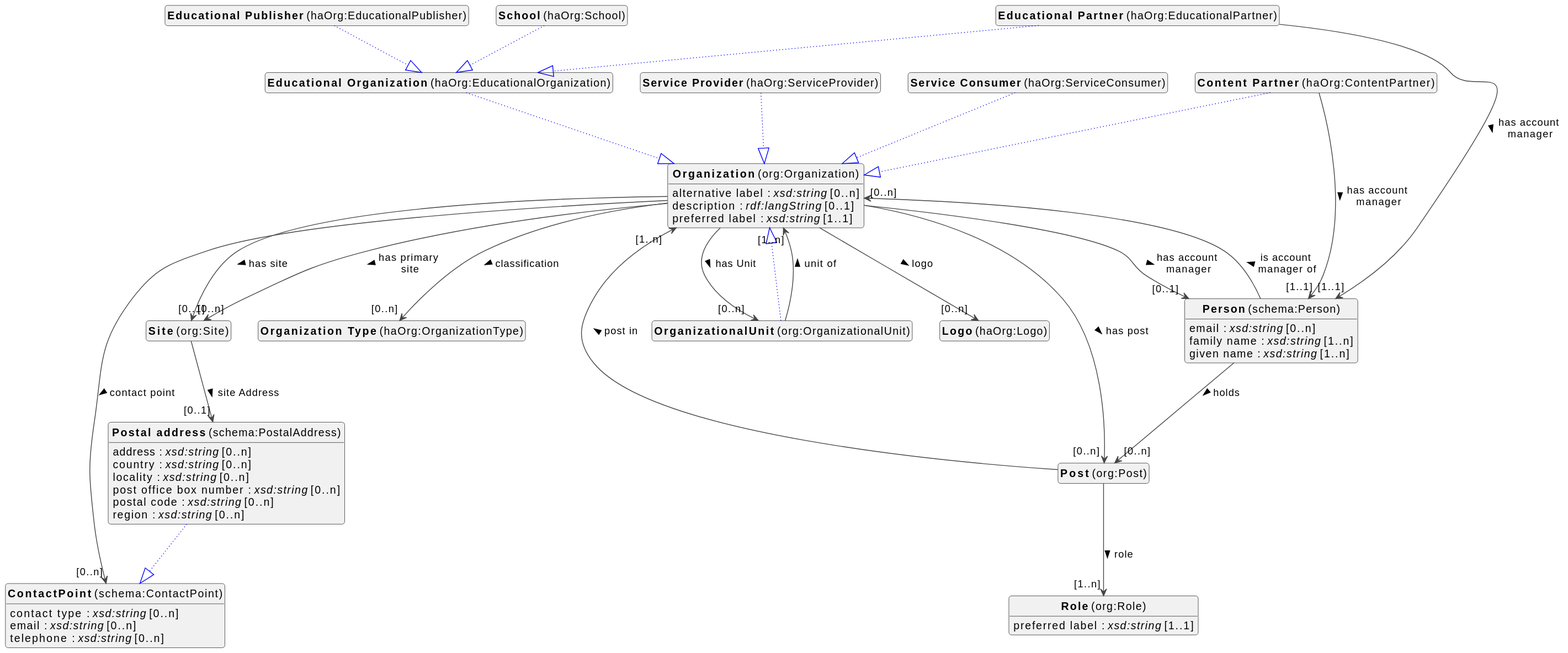
Earlier version of the PlantUML export docs/metadata/modellen/organization-diagram.svg (viaacode/documentation-jekyll).
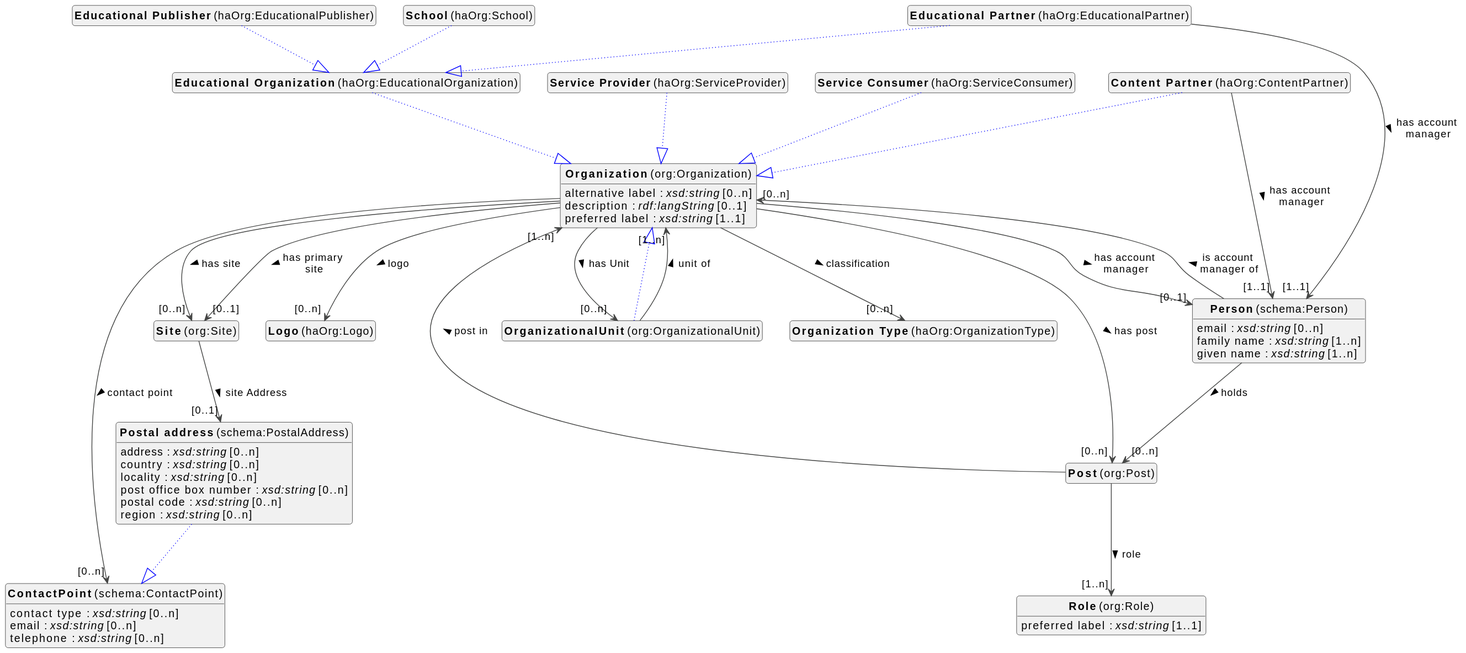
The same diagram one commit later.

The edit, as a diff of the source:
```diff
@@ -32,8 +32,8 @@
 class "<b>Postal address</b> (schema:PostalAddress)" as schema_PostalAddress [[#schema%3APostalAddress]]
 class "<b>ContactPoint</b> (schema:ContactPoint)" as schema_ContactPoint [[#schema%3AContactPoint]]
 class "<b>ContactPoint</b> (schema:ContactPoint)" as schema_ContactPoint [[#schema%3AContactPoint]]
+class "<b>Logo</b> (haOrg:Logo)" as haOrg_Logo [[#haOrg%3ALogo]]
 class "<b>Organization Type</b> (haOrg:OrganizationType)" as haOrg_OrganizationType [[#haOrg%3AOrganizationType]]
-class "<b>Logo</b> (haOrg:Logo)" as haOrg_Logo [[#haOrg%3ALogo]]
 
 
 org_Organization : alternative label : <i>xsd:string</i> [0..n]
```
